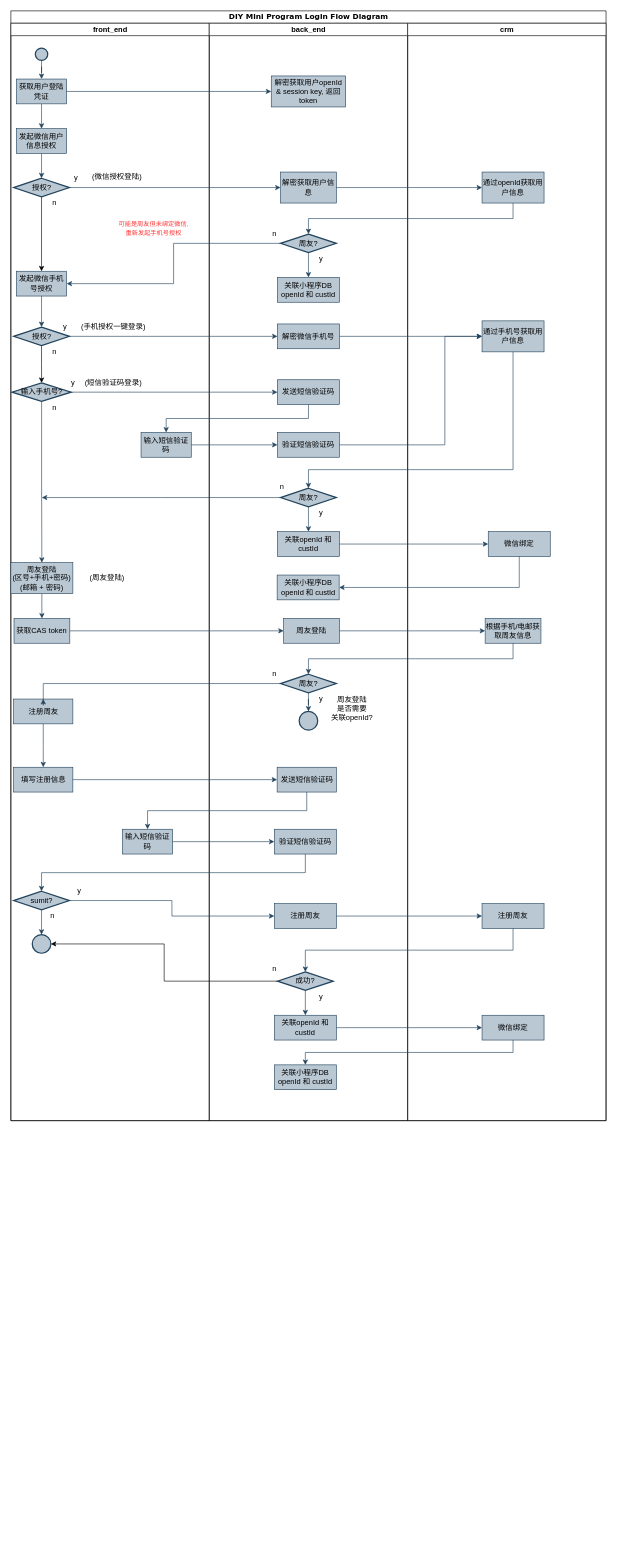
Earlier version of the draw.io diagram DIY Mini Program/DIY Mini Program Login Flow Diagram.drawio (WinkleWong/Diagram). Source tidied: cells renumbered, new cells numbered last; positions are measured from the earlier drawing's top-left corner, leaving out a move shared by most shapes. Both pictures are drawn from the tidied source at 62%, with x=0, y=0 at pixel (11, 11).
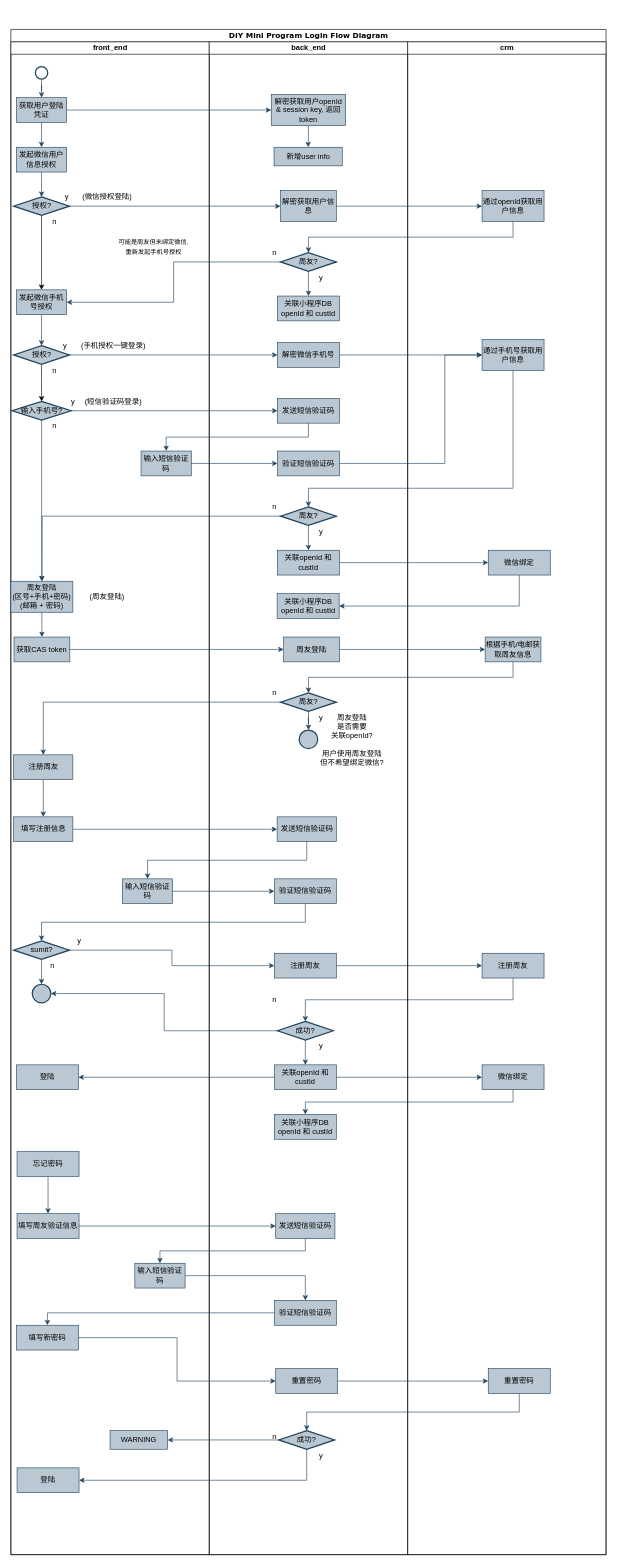
The same diagram, later.

The change refers to these unchanged cells:
```xml
<mxCell id="42" value="解密获取用户openId &amp;amp; session key, 返回token" style="rounded=0;whiteSpace=wrap;html=1;fillColor=#bac8d3;strokeColor=#23445d;" parent="41" vertex="1">
  <mxGeometry x="100" y="85" width="120" height="50" as="geometry" />
</mxCell>
<mxCell id="53" value="周友?" style="strokeWidth=2;html=1;shape=mxgraph.flowchart.decision;whiteSpace=wrap;fillColor=#bac8d3;strokeColor=#23445d;" parent="41" vertex="1">
  <mxGeometry x="115" y="750" width="90" height="30" as="geometry" />
</mxCell>
```

Diff of the diagram source:
```diff
@@
     <mxCell id="2" value="DIY Mini Program Login Flow Diagram" style="swimlane;html=1;startSize=20;rounded=0;shadow=0;comic=0;labelBackgroundColor=none;strokeWidth=1;fontFamily=Verdana;fontSize=12;align=center;" parent="1" vertex="1">
-      <mxGeometry width="960" height="1790" as="geometry" />
+      <mxGeometry y="30" width="960" height="2460" as="geometry" />
     </mxCell>
     <mxCell id="3" value="front_end" style="swimlane;html=1;startSize=20;" parent="2" vertex="1">
-      <mxGeometry y="20" width="320" height="1770" as="geometry" />
+      <mxGeometry y="20" width="320" height="2440" as="geometry" />
     </mxCell>
@@
-    <mxCell id="5" style="strokeWidth=2;html=1;shape=mxgraph.flowchart.start_2;whiteSpace=wrap;fillColor=#bac8d3;strokeColor=#23445d;" parent="3" vertex="1">
+    <mxCell id="5" style="strokeWidth=2;html=1;shape=mxgraph.flowchart.start_2;whiteSpace=wrap;fillColor=none;strokeColor=#23445d;" parent="3" vertex="1">
       <mxGeometry x="39.5" y="40" width="20" height="20" as="geometry" />
     </mxCell>
@@
     <mxCell id="14" value="y" style="text;html=1;align=center;verticalAlign=middle;" parent="3" vertex="1">
-      <mxGeometry x="94.5" y="240" width="20" height="20" as="geometry" />
+      <mxGeometry x="80" y="240" width="20" height="20" as="geometry" />
     </mxCell>
@@
-    <mxCell id="16" value="&lt;font style=&quot;font-size: 10px&quot; color=&quot;#ff3333&quot;&gt;可能是周友但未绑定微信,&lt;br style=&quot;font-size: 10px&quot;&gt;重新发起手机号授权&lt;/font&gt;" style="text;html=1;align=center;verticalAlign=middle;" parent="3" vertex="1">
+    <mxCell id="16" value="&lt;font style=&quot;font-size: 10px&quot;&gt;可能是周友但未绑定微信,&lt;br style=&quot;font-size: 10px&quot;&gt;重新发起手机号授权&lt;/font&gt;" style="text;html=1;align=center;verticalAlign=middle;" parent="3" vertex="1">
       <mxGeometry x="140" y="315" width="180" height="30" as="geometry" />
     </mxCell>
@@
     <mxCell id="32" value="注册周友" style="rounded=0;whiteSpace=wrap;html=1;fillColor=#bac8d3;strokeColor=#23445d;" parent="3" vertex="1">
-      <mxGeometry x="4.5" y="1090" width="95.5" height="40" as="geometry" />
+      <mxGeometry x="4.5" y="1150" width="95.5" height="40" as="geometry" />
     </mxCell>
     <mxCell id="33" value="填写注册信息" style="rounded=0;whiteSpace=wrap;html=1;fillColor=#bac8d3;strokeColor=#23445d;" parent="3" vertex="1">
-      <mxGeometry x="4.5" y="1200" width="95.5" height="40" as="geometry" />
+      <mxGeometry x="4.5" y="1250" width="95.5" height="40" as="geometry" />
     </mxCell>
     <mxCell id="34" value="输入短信验证码" style="rounded=0;whiteSpace=wrap;html=1;fillColor=#bac8d3;strokeColor=#23445d;" parent="3" vertex="1">
-      <mxGeometry x="180" y="1300" width="81" height="40" as="geometry" />
+      <mxGeometry x="180" y="1350" width="81" height="40" as="geometry" />
     </mxCell>
@@
     <mxCell id="36" value="sumit?" style="strokeWidth=2;html=1;shape=mxgraph.flowchart.decision;whiteSpace=wrap;fillColor=#bac8d3;strokeColor=#23445d;" parent="3" vertex="1">
-      <mxGeometry x="4.5" y="1400" width="90" height="30" as="geometry" />
+      <mxGeometry x="4.5" y="1450" width="90" height="30" as="geometry" />
     </mxCell>
     <mxCell id="37" style="strokeWidth=2;html=1;shape=mxgraph.flowchart.start_2;whiteSpace=wrap;fillColor=#bac8d3;strokeColor=#23445d;" parent="3" vertex="1">
-      <mxGeometry x="34.5" y="1470" width="30" height="30" as="geometry" />
+      <mxGeometry x="34.5" y="1520" width="30" height="30" as="geometry" />
     </mxCell>
     <mxCell id="38" value="n" style="text;html=1;align=center;verticalAlign=middle;" parent="3" vertex="1">
-      <mxGeometry x="57.2" y="1430" width="20" height="20" as="geometry" />
+      <mxGeometry x="57.2" y="1480" width="20" height="20" as="geometry" />
     </mxCell>
     <mxCell id="39" value="y" style="text;html=1;align=center;verticalAlign=middle;" parent="3" vertex="1">
-      <mxGeometry x="100" y="1390" width="20" height="20" as="geometry" />
+      <mxGeometry x="100" y="1440" width="20" height="20" as="geometry" />
     </mxCell>
@@
+    <mxCell id="111" value="登陆" style="rounded=0;whiteSpace=wrap;html=1;fillColor=#bac8d3;strokeColor=#23445d;" parent="3" vertex="1">
+      <mxGeometry x="9" y="1650" width="100" height="40" as="geometry" />
+    </mxCell>
+    <mxCell id="107" value="(微信授权登陆)" style="text;html=1;align=center;verticalAlign=middle;" parent="3" vertex="1">
+      <mxGeometry x="94.5" y="240" width="120" height="20" as="geometry" />
+    </mxCell>
+    <mxCell id="112" style="edgeStyle=orthogonalEdgeStyle;rounded=0;jettySize=auto;html=1;entryX=0.5;entryY=0;entryDx=0;entryDy=0;fillColor=#bac8d3;strokeColor=#23445d;" parent="3" edge="1" source="113" target="114">
+      <mxGeometry relative="1" as="geometry" />
+    </mxCell>
+    <mxCell id="113" value="忘记密码" style="rounded=0;whiteSpace=wrap;html=1;fillColor=#bac8d3;strokeColor=#23445d;" parent="3" vertex="1">
+      <mxGeometry x="10" y="1790" width="100" height="40" as="geometry" />
+    </mxCell>
+    <mxCell id="114" value="填写周友验证信息" style="rounded=0;whiteSpace=wrap;html=1;fillColor=#bac8d3;strokeColor=#23445d;" parent="3" vertex="1">
+      <mxGeometry x="10" y="1890" width="100" height="40" as="geometry" />
+    </mxCell>
+    <mxCell id="115" value="输入短信验证码" style="rounded=0;whiteSpace=wrap;html=1;fillColor=#bac8d3;strokeColor=#23445d;" parent="3" vertex="1">
+      <mxGeometry x="200" y="1970" width="81" height="40" as="geometry" />
+    </mxCell>
+    <mxCell id="116" value="填写新密码" style="rounded=0;whiteSpace=wrap;html=1;fillColor=#bac8d3;strokeColor=#23445d;" parent="3" vertex="1">
+      <mxGeometry x="9" y="2070" width="100" height="40" as="geometry" />
+    </mxCell>
+    <mxCell id="117" value="WARNING" style="rounded=0;whiteSpace=wrap;html=1;fillColor=#bac8d3;strokeColor=#23445d;" parent="3" vertex="1">
+      <mxGeometry x="160" y="2240" width="92.8" height="30" as="geometry" />
+    </mxCell>
+    <mxCell id="118" value="登陆" style="rounded=0;whiteSpace=wrap;html=1;fillColor=#bac8d3;strokeColor=#23445d;" parent="3" vertex="1">
+      <mxGeometry x="10" y="2300" width="100" height="40" as="geometry" />
+    </mxCell>
+    <mxCell id="95" style="edgeStyle=orthogonalEdgeStyle;rounded=0;jettySize=auto;html=1;entryX=0;entryY=0.5;entryDx=0;entryDy=0;fillColor=#bac8d3;strokeColor=#23445d;" parent="2" edge="1" source="33" target="63">
+      <mxGeometry relative="1" as="geometry" />
+    </mxCell>
+    <mxCell id="96" style="edgeStyle=orthogonalEdgeStyle;rounded=0;jettySize=auto;html=1;entryX=0.5;entryY=0;entryDx=0;entryDy=0;exitX=0.5;exitY=1;exitDx=0;exitDy=0;fillColor=#bac8d3;strokeColor=#23445d;" parent="2" edge="1" source="63" target="34">
+      <mxGeometry relative="1" as="geometry" />
+    </mxCell>
+    <mxCell id="97" style="edgeStyle=orthogonalEdgeStyle;rounded=0;jettySize=auto;html=1;entryX=0;entryY=0.5;entryDx=0;entryDy=0;fillColor=#bac8d3;strokeColor=#23445d;" parent="2" edge="1" source="34" target="64">
+      <mxGeometry relative="1" as="geometry" />
+    </mxCell>
+    <mxCell id="98" style="edgeStyle=orthogonalEdgeStyle;rounded=0;jettySize=auto;html=1;entryX=0.5;entryY=0;entryDx=0;entryDy=0;entryPerimeter=0;exitX=0.5;exitY=1;exitDx=0;exitDy=0;fillColor=#bac8d3;strokeColor=#23445d;" parent="2" edge="1" source="64" target="36">
+      <mxGeometry relative="1" as="geometry" />
+    </mxCell>
+    <mxCell id="99" style="edgeStyle=orthogonalEdgeStyle;rounded=0;jettySize=auto;html=1;entryX=0;entryY=0.5;entryDx=0;entryDy=0;fillColor=#bac8d3;strokeColor=#23445d;" parent="2" edge="1" source="36" target="65">
+      <mxGeometry relative="1" as="geometry" />
+    </mxCell>
+    <mxCell id="100" style="edgeStyle=orthogonalEdgeStyle;rounded=0;jettySize=auto;html=1;fillColor=#bac8d3;strokeColor=#23445d;" parent="2" edge="1" source="65" target="76">
+      <mxGeometry relative="1" as="geometry" />
+    </mxCell>
+    <mxCell id="101" style="edgeStyle=orthogonalEdgeStyle;rounded=0;jettySize=auto;html=1;entryX=0.5;entryY=0;entryDx=0;entryDy=0;entryPerimeter=0;exitX=0.5;exitY=1;exitDx=0;exitDy=0;fillColor=#bac8d3;strokeColor=#23445d;" parent="2" edge="1" source="76" target="67">
+      <mxGeometry relative="1" as="geometry" />
+    </mxCell>
+    <mxCell id="102" style="edgeStyle=orthogonalEdgeStyle;rounded=0;jettySize=auto;html=1;entryX=1;entryY=0.5;entryDx=0;entryDy=0;entryPerimeter=0;fillColor=#bac8d3;strokeColor=#23445d;" parent="2" edge="1" source="67" target="37">
+      <mxGeometry relative="1" as="geometry" />
+    </mxCell>
+    <mxCell id="105" style="edgeStyle=orthogonalEdgeStyle;rounded=0;jettySize=auto;html=1;entryX=0;entryY=0.5;entryDx=0;entryDy=0;fillColor=#bac8d3;strokeColor=#23445d;" parent="2" edge="1" source="68" target="78">
+      <mxGeometry relative="1" as="geometry" />
+    </mxCell>
+    <mxCell id="106" style="edgeStyle=orthogonalEdgeStyle;rounded=0;jettySize=auto;html=1;exitX=0.5;exitY=1;exitDx=0;exitDy=0;fillColor=#bac8d3;strokeColor=#23445d;" parent="2" edge="1" source="78" target="71">
+      <mxGeometry relative="1" as="geometry" />
+    </mxCell>
+    <mxCell id="119" style="edgeStyle=orthogonalEdgeStyle;rounded=0;jettySize=auto;html=1;entryX=1;entryY=0.5;entryDx=0;entryDy=0;fillColor=#bac8d3;strokeColor=#23445d;" parent="2" edge="1" source="68" target="111">
+      <mxGeometry relative="1" as="geometry" />
+    </mxCell>
     <mxCell id="41" value="back_end" style="swimlane;html=1;startSize=20;" parent="2" vertex="1">
-      <mxGeometry x="320" y="20" width="320" height="1770" as="geometry" />
+      <mxGeometry x="320" y="20" width="320" height="2440" as="geometry" />
     </mxCell>
+    <mxCell id="120" style="edgeStyle=orthogonalEdgeStyle;rounded=0;jettySize=auto;html=1;entryX=0.5;entryY=0;entryDx=0;entryDy=0;fillColor=#bac8d3;strokeColor=#23445d;" parent="41" edge="1" source="42" target="127">
+      <mxGeometry relative="1" as="geometry" />
+    </mxCell>
@@
     <mxCell id="63" value="发送短信验证码" style="rounded=0;whiteSpace=wrap;html=1;fillColor=#bac8d3;strokeColor=#23445d;" parent="41" vertex="1">
-      <mxGeometry x="109.5" y="1200" width="95.5" height="40" as="geometry" />
+      <mxGeometry x="109.5" y="1250" width="95.5" height="40" as="geometry" />
     </mxCell>
     <mxCell id="64" value="验证短信验证码" style="rounded=0;whiteSpace=wrap;html=1;fillColor=#bac8d3;strokeColor=#23445d;" parent="41" vertex="1">
-      <mxGeometry x="105" y="1300" width="100" height="40" as="geometry" />
+      <mxGeometry x="105" y="1350" width="100" height="40" as="geometry" />
     </mxCell>
     <mxCell id="65" value="注册周友" style="rounded=0;whiteSpace=wrap;html=1;fillColor=#bac8d3;strokeColor=#23445d;" parent="41" vertex="1">
-      <mxGeometry x="105" y="1420" width="100" height="40" as="geometry" />
+      <mxGeometry x="105" y="1470" width="100" height="40" as="geometry" />
     </mxCell>
@@
     <mxCell id="67" value="成功?" style="strokeWidth=2;html=1;shape=mxgraph.flowchart.decision;whiteSpace=wrap;fillColor=#bac8d3;strokeColor=#23445d;" parent="41" vertex="1">
-      <mxGeometry x="110" y="1530" width="90" height="30" as="geometry" />
+      <mxGeometry x="110" y="1580" width="90" height="30" as="geometry" />
     </mxCell>
     <mxCell id="68" value="关联openId 和 custId" style="rounded=0;whiteSpace=wrap;html=1;fillColor=#bac8d3;strokeColor=#23445d;" parent="41" vertex="1">
-      <mxGeometry x="105" y="1600" width="100" height="40" as="geometry" />
+      <mxGeometry x="105" y="1650" width="100" height="40" as="geometry" />
     </mxCell>
     <mxCell id="69" value="y" style="text;html=1;align=center;verticalAlign=middle;" parent="41" vertex="1">
-      <mxGeometry x="170" y="1560" width="20" height="20" as="geometry" />
+      <mxGeometry x="170" y="1610" width="20" height="20" as="geometry" />
     </mxCell>
@@
     <mxCell id="71" value="关联小程序DB openId 和 custId" style="rounded=0;whiteSpace=wrap;html=1;fillColor=#bac8d3;strokeColor=#23445d;" parent="41" vertex="1">
-      <mxGeometry x="105" y="1680" width="100" height="40" as="geometry" />
+      <mxGeometry x="105" y="1730" width="100" height="40" as="geometry" />
     </mxCell>
+    <mxCell id="121" value="发送短信验证码" style="rounded=0;whiteSpace=wrap;html=1;fillColor=#bac8d3;strokeColor=#23445d;" parent="41" vertex="1">
+      <mxGeometry x="107.2" y="1890" width="95.5" height="40" as="geometry" />
+    </mxCell>
+    <mxCell id="122" value="验证短信验证码" style="rounded=0;whiteSpace=wrap;html=1;fillColor=#bac8d3;strokeColor=#23445d;" parent="41" vertex="1">
+      <mxGeometry x="105" y="2030" width="100" height="40" as="geometry" />
+    </mxCell>
+    <mxCell id="123" value="重置密码" style="rounded=0;whiteSpace=wrap;html=1;fillColor=#bac8d3;strokeColor=#23445d;" parent="41" vertex="1">
+      <mxGeometry x="107.2" y="2140" width="100" height="40" as="geometry" />
+    </mxCell>
+    <mxCell id="124" value="成功?" style="strokeWidth=2;html=1;shape=mxgraph.flowchart.decision;whiteSpace=wrap;fillColor=#bac8d3;strokeColor=#23445d;" parent="41" vertex="1">
+      <mxGeometry x="112.2" y="2240" width="90" height="30" as="geometry" />
+    </mxCell>
+    <mxCell id="125" value="n" style="text;html=1;align=center;verticalAlign=middle;" parent="41" vertex="1">
+      <mxGeometry x="95" y="2240" width="20" height="20" as="geometry" />
+    </mxCell>
+    <mxCell id="126" value="y" style="text;html=1;align=center;verticalAlign=middle;" parent="41" vertex="1">
+      <mxGeometry x="170" y="2270" width="20" height="20" as="geometry" />
+    </mxCell>
+    <mxCell id="109" value="n" style="text;html=1;align=center;verticalAlign=middle;" parent="41" vertex="1">
+      <mxGeometry x="95" y="740" width="20" height="20" as="geometry" />
+    </mxCell>
+    <mxCell id="127" value="新增user info" style="rounded=0;whiteSpace=wrap;html=1;fillColor=#bac8d3;strokeColor=#23445d;" parent="41" vertex="1">
+      <mxGeometry x="104.5" y="170" width="110" height="30" as="geometry" />
+    </mxCell>
+    <mxCell id="128" value="用户使用周友登陆&lt;br&gt;但不希望绑定微信?" style="text;html=1;align=center;verticalAlign=middle;" parent="41" vertex="1">
+      <mxGeometry x="160" y="1140" width="140" height="30" as="geometry" />
+    </mxCell>
     <mxCell id="72" value="crm" style="swimlane;html=1;startSize=20;" parent="2" vertex="1">
-      <mxGeometry x="640" y="20" width="320" height="1770" as="geometry" />
+      <mxGeometry x="640" y="20" width="320" height="2440" as="geometry" />
     </mxCell>
@@
     <mxCell id="76" value="注册周友" style="rounded=0;whiteSpace=wrap;html=1;fillColor=#bac8d3;strokeColor=#23445d;" parent="72" vertex="1">
-      <mxGeometry x="120" y="1420" width="100" height="40" as="geometry" />
+      <mxGeometry x="120" y="1470" width="100" height="40" as="geometry" />
     </mxCell>
@@
     <mxCell id="78" value="微信绑定" style="rounded=0;whiteSpace=wrap;html=1;fillColor=#bac8d3;strokeColor=#23445d;" parent="72" vertex="1">
-      <mxGeometry x="120" y="1600" width="100" height="40" as="geometry" />
+      <mxGeometry x="120" y="1650" width="100" height="40" as="geometry" />
     </mxCell>
+    <mxCell id="129" value="重置密码" style="rounded=0;whiteSpace=wrap;html=1;fillColor=#bac8d3;strokeColor=#23445d;" parent="72" vertex="1">
+      <mxGeometry x="130" y="2140" width="100" height="40" as="geometry" />
+    </mxCell>
@@
-    <mxCell id="95" style="edgeStyle=orthogonalEdgeStyle;rounded=0;jettySize=auto;html=1;entryX=0;entryY=0.5;entryDx=0;entryDy=0;fillColor=#bac8d3;strokeColor=#23445d;" parent="2" edge="1" source="33" target="63">
-      <mxGeometry relative="1" as="geometry" />
-    </mxCell>
-    <mxCell id="96" style="edgeStyle=orthogonalEdgeStyle;rounded=0;jettySize=auto;html=1;entryX=0.5;entryY=0;entryDx=0;entryDy=0;exitX=0.5;exitY=1;exitDx=0;exitDy=0;fillColor=#bac8d3;strokeColor=#23445d;" parent="2" edge="1" source="63" target="34">
-      <mxGeometry relative="1" as="geometry" />
-    </mxCell>
-    <mxCell id="97" style="edgeStyle=orthogonalEdgeStyle;rounded=0;jettySize=auto;html=1;entryX=0;entryY=0.5;entryDx=0;entryDy=0;fillColor=#bac8d3;strokeColor=#23445d;" parent="2" edge="1" source="34" target="64">
-      <mxGeometry relative="1" as="geometry" />
-    </mxCell>
-    <mxCell id="98" style="edgeStyle=orthogonalEdgeStyle;rounded=0;jettySize=auto;html=1;entryX=0.5;entryY=0;entryDx=0;entryDy=0;entryPerimeter=0;exitX=0.5;exitY=1;exitDx=0;exitDy=0;fillColor=#bac8d3;strokeColor=#23445d;" parent="2" edge="1" source="64" target="36">
-      <mxGeometry relative="1" as="geometry" />
-    </mxCell>
-    <mxCell id="99" style="edgeStyle=orthogonalEdgeStyle;rounded=0;jettySize=auto;html=1;entryX=0;entryY=0.5;entryDx=0;entryDy=0;fillColor=#bac8d3;strokeColor=#23445d;" parent="2" edge="1" source="36" target="65">
-      <mxGeometry relative="1" as="geometry" />
-    </mxCell>
-    <mxCell id="100" style="edgeStyle=orthogonalEdgeStyle;rounded=0;jettySize=auto;html=1;fillColor=#bac8d3;strokeColor=#23445d;" parent="2" edge="1" source="65" target="76">
-      <mxGeometry relative="1" as="geometry" />
-    </mxCell>
-    <mxCell id="101" style="edgeStyle=orthogonalEdgeStyle;rounded=0;jettySize=auto;html=1;entryX=0.5;entryY=0;entryDx=0;entryDy=0;entryPerimeter=0;exitX=0.5;exitY=1;exitDx=0;exitDy=0;fillColor=#bac8d3;strokeColor=#23445d;" parent="2" edge="1" source="76" target="67">
-      <mxGeometry relative="1" as="geometry" />
-    </mxCell>
-    <mxCell id="102" style="edgeStyle=orthogonalEdgeStyle;rounded=0;jettySize=auto;html=1;entryX=1;entryY=0.5;entryDx=0;entryDy=0;entryPerimeter=0;" parent="2" edge="1" source="67" target="37">
-      <mxGeometry relative="1" as="geometry" />
-    </mxCell>
@@
-    <mxCell id="105" style="edgeStyle=orthogonalEdgeStyle;rounded=0;jettySize=auto;html=1;entryX=0;entryY=0.5;entryDx=0;entryDy=0;fillColor=#bac8d3;strokeColor=#23445d;" parent="2" edge="1" source="68" target="78">
-      <mxGeometry relative="1" as="geometry" />
-    </mxCell>
-    <mxCell id="106" style="edgeStyle=orthogonalEdgeStyle;rounded=0;jettySize=auto;html=1;exitX=0.5;exitY=1;exitDx=0;exitDy=0;fillColor=#bac8d3;strokeColor=#23445d;" parent="2" edge="1" source="78" target="71">
-      <mxGeometry relative="1" as="geometry" />
-    </mxCell>
-    <mxCell id="107" value="(微信授权登陆)" style="text;html=1;align=center;verticalAlign=middle;" parent="1" vertex="1">
-      <mxGeometry x="111" y="258" width="120" height="20" as="geometry" />
-    </mxCell>
-    <mxCell id="108" style="edgeStyle=orthogonalEdgeStyle;rounded=0;jettySize=auto;html=1;fillColor=#bac8d3;strokeColor=#23445d;" parent="1" edge="1" source="53">
-      <mxGeometry relative="1" as="geometry">
-        <mxPoint x="50" y="785" as="targetPoint" />
-      </mxGeometry>
-    </mxCell>
-    <mxCell id="109" value="n" style="text;html=1;align=center;verticalAlign=middle;" parent="1" vertex="1">
-      <mxGeometry x="427" y="757" width="20" height="20" as="geometry" />
-    </mxCell>
+    <mxCell id="130" style="edgeStyle=orthogonalEdgeStyle;rounded=0;jettySize=auto;html=1;entryX=0;entryY=0.5;entryDx=0;entryDy=0;fillColor=#bac8d3;strokeColor=#23445d;" parent="2" edge="1" source="114" target="121">
+      <mxGeometry relative="1" as="geometry" />
+    </mxCell>
+    <mxCell id="131" style="edgeStyle=orthogonalEdgeStyle;rounded=0;jettySize=auto;html=1;entryX=0.5;entryY=0;entryDx=0;entryDy=0;exitX=0.5;exitY=1;exitDx=0;exitDy=0;fillColor=#bac8d3;strokeColor=#23445d;" parent="2" edge="1" source="121" target="115">
+      <mxGeometry relative="1" as="geometry" />
+    </mxCell>
+    <mxCell id="132" style="edgeStyle=orthogonalEdgeStyle;rounded=0;jettySize=auto;html=1;entryX=0.5;entryY=0;entryDx=0;entryDy=0;fillColor=#bac8d3;strokeColor=#23445d;" parent="2" edge="1" source="115" target="122">
+      <mxGeometry relative="1" as="geometry" />
+    </mxCell>
+    <mxCell id="133" style="edgeStyle=orthogonalEdgeStyle;rounded=0;jettySize=auto;html=1;entryX=0.5;entryY=0;entryDx=0;entryDy=0;fillColor=#bac8d3;strokeColor=#23445d;" parent="2" edge="1" source="122" target="116">
+      <mxGeometry relative="1" as="geometry" />
+    </mxCell>
+    <mxCell id="134" style="edgeStyle=orthogonalEdgeStyle;rounded=0;jettySize=auto;html=1;entryX=0;entryY=0.5;entryDx=0;entryDy=0;fillColor=#bac8d3;strokeColor=#23445d;" parent="2" edge="1" source="116" target="123">
+      <mxGeometry relative="1" as="geometry" />
+    </mxCell>
+    <mxCell id="135" style="edgeStyle=orthogonalEdgeStyle;rounded=0;jettySize=auto;html=1;entryX=0;entryY=0.5;entryDx=0;entryDy=0;fillColor=#bac8d3;strokeColor=#23445d;" parent="2" edge="1" source="123" target="129">
+      <mxGeometry relative="1" as="geometry" />
+    </mxCell>
+    <mxCell id="136" style="edgeStyle=orthogonalEdgeStyle;rounded=0;jettySize=auto;html=1;entryX=0.5;entryY=0;entryDx=0;entryDy=0;entryPerimeter=0;exitX=0.5;exitY=1;exitDx=0;exitDy=0;fillColor=#bac8d3;strokeColor=#23445d;" parent="2" edge="1" source="129" target="124">
+      <mxGeometry relative="1" as="geometry" />
+    </mxCell>
+    <mxCell id="137" style="edgeStyle=orthogonalEdgeStyle;rounded=0;jettySize=auto;html=1;entryX=1;entryY=0.5;entryDx=0;entryDy=0;fillColor=#bac8d3;strokeColor=#23445d;" parent="2" edge="1" source="124" target="117">
+      <mxGeometry relative="1" as="geometry" />
+    </mxCell>
+    <mxCell id="138" style="edgeStyle=orthogonalEdgeStyle;rounded=0;jettySize=auto;html=1;entryX=1;entryY=0.5;entryDx=0;entryDy=0;exitX=0.5;exitY=1;exitDx=0;exitDy=0;exitPerimeter=0;fillColor=#bac8d3;strokeColor=#23445d;" parent="2" edge="1" source="124" target="118">
+      <mxGeometry relative="1" as="geometry" />
+    </mxCell>
     <mxCell id="110" value="n" style="text;html=1;align=center;verticalAlign=middle;" parent="1" vertex="1">
-      <mxGeometry x="415" y="1535" width="20" height="20" as="geometry" />
+      <mxGeometry x="415" y="1585" width="20" height="20" as="geometry" />
     </mxCell>
+    <mxCell id="139" style="edgeStyle=orthogonalEdgeStyle;rounded=0;jettySize=auto;html=1;fillColor=#bac8d3;strokeColor=#23445d;" parent="1" edge="1" source="53">
+      <mxGeometry relative="1" as="geometry">
+        <mxPoint x="50" y="920" as="targetPoint" />
+      </mxGeometry>
+    </mxCell>
```
